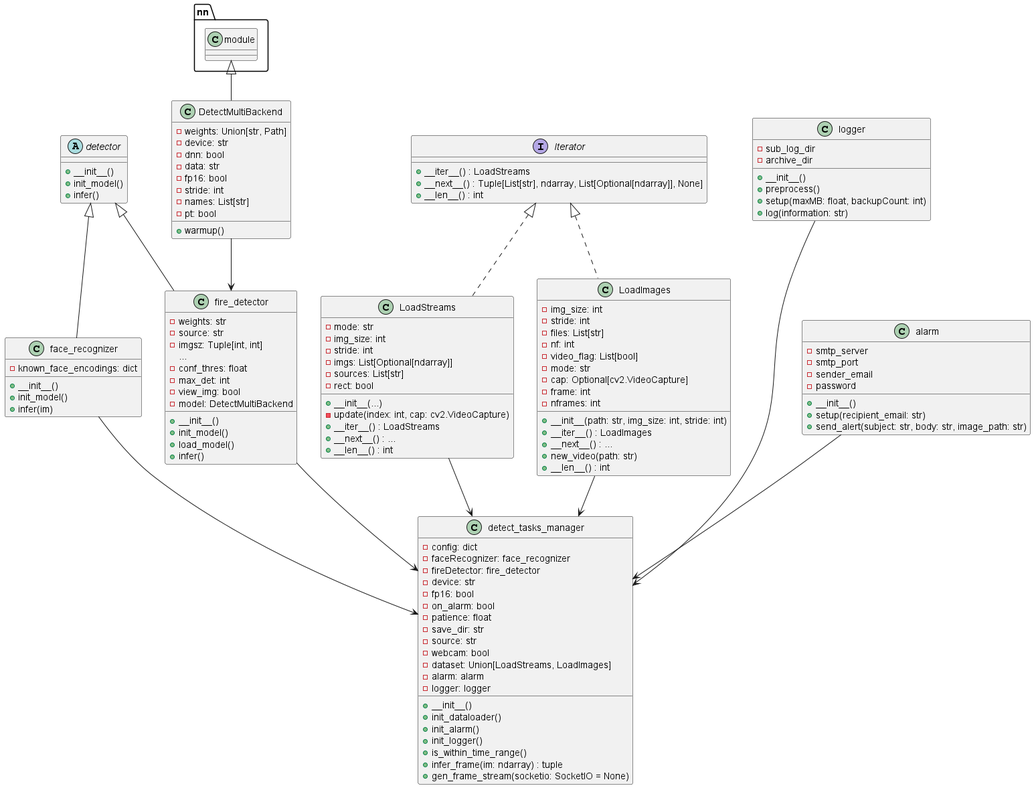
The PlantUML diagram UML图表/系统类图.png in stan-maze/Home-Security-Surveillance, before a commit.
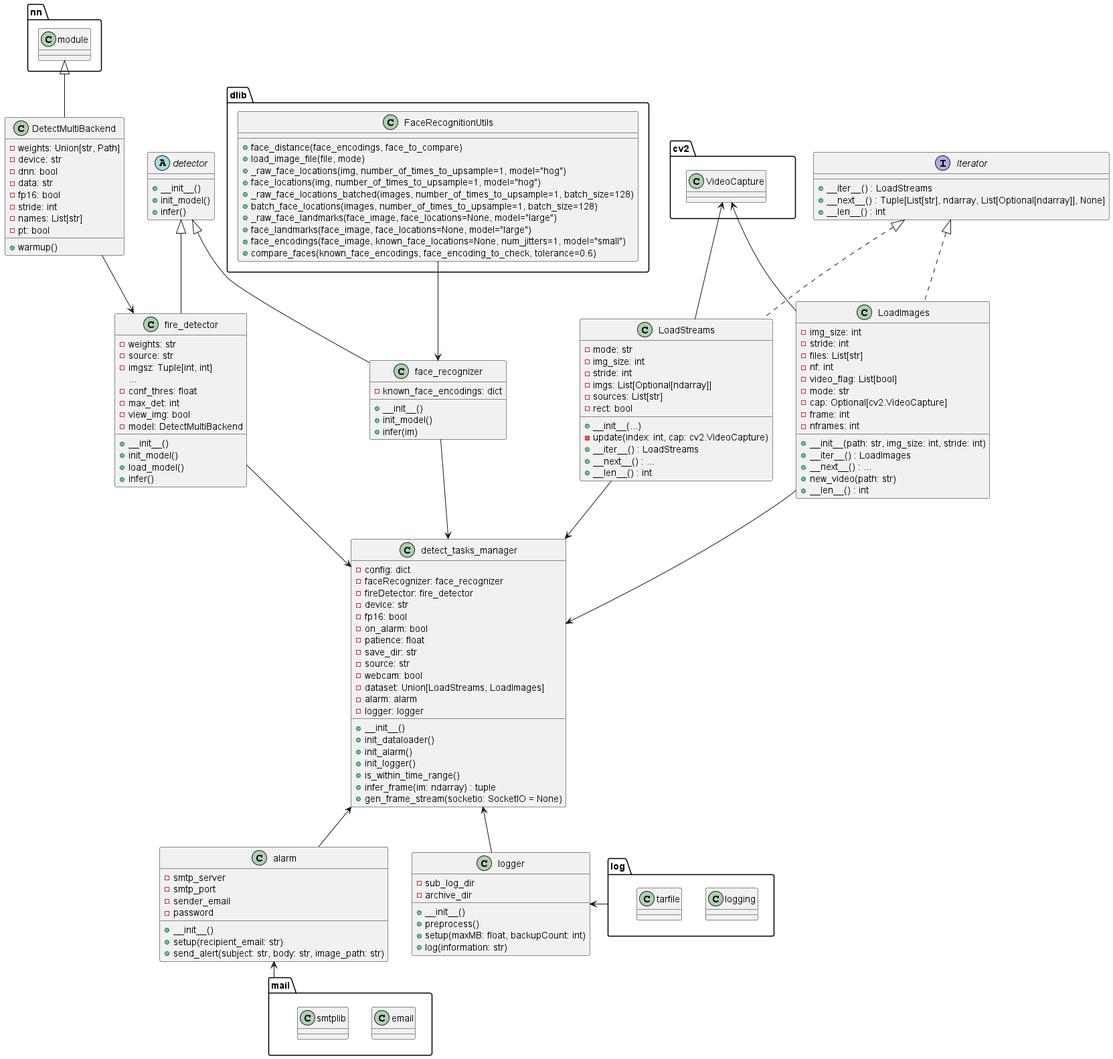
After the commit.

Diff of the diagram source:
```diff
@@ -33,6 +33,20 @@
   - pt: bool
   + warmup()
 }
+
+class dlib.FaceRecognitionUtils {
+    + face_distance(face_encodings, face_to_compare)
+    + load_image_file(file, mode)
+    + _raw_face_locations(img, number_of_times_to_upsample=1, model="hog")
+    + face_locations(img, number_of_times_to_upsample=1, model="hog")
+    + _raw_face_locations_batched(images, number_of_times_to_upsample=1, batch_size=128)
+    + batch_face_locations(images, number_of_times_to_upsample=1, batch_size=128)
+    + _raw_face_landmarks(face_image, face_locations=None, model="large")
+    + face_landmarks(face_image, face_locations=None, model="large")
+    + face_encodings(face_image, known_face_locations=None, num_jitters=1, model="small")
+    + compare_faces(known_face_encodings, face_encoding_to_check, tolerance=0.6)
+}
+
 
 class face_recognizer {
   - known_face_encodings: dict
@@ -121,23 +135,40 @@
   + log(information: str)
 }
 
+class cv2.VideoCapture  {}
+
+package mail {
+  class email
+  class smtplib
+}
+
+package log {
+  class logging
+  class tarfile
+}
 
 
 DetectMultiBackend --> fire_detector
-
+dlib.FaceRecognitionUtils --> face_recognizer
 detector <|-- fire_detector
 detector <|-- face_recognizer
 
 Iterator <|.. LoadStreams
 Iterator <|.. LoadImages
 
+cv2.VideoCapture  <-- LoadStreams
+cv2.VideoCapture  <-- LoadImages
+cv2.VideoCapture <-[hidden]r- Iterator
+
 face_recognizer --> detect_tasks_manager
 LoadImages --> detect_tasks_manager
 LoadStreams --> detect_tasks_manager
-alarm --> detect_tasks_manager
-logger --> detect_tasks_manager
-logger -[hidden]-> alarm
+alarm -u-> detect_tasks_manager
+mail -up-> alarm
+logger -u-> detect_tasks_manager
+logger -[hidden]u-> alarm
 fire_detector --> detect_tasks_manager
-
-
+log -left-> logger
+alarm -[hidden]right-> logger
+cv2 -[hidden]left-> Iterator
 @enduml
```
